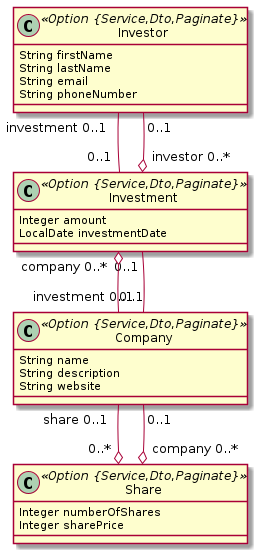
This is equity-crowdfunding.png from kevintanhongann/jhipster-jdl-collection, a PlantUML export, as it was before one commit.
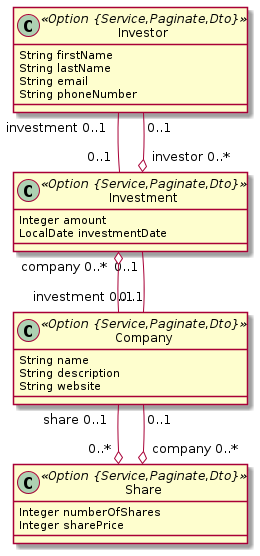
After the commit.

Change to the diagram source:
```diff
@@ -1,21 +1,21 @@
 @startuml
 	!pragma syntax class
-	class Investor <<Option {Service,Dto,Paginate}>> {
+	class Investor <<Option {Service,Paginate,Dto}>> {
 		String firstName
 		String lastName
 		String email
 		String phoneNumber
 	}
-	class Company <<Option {Service,Dto,Paginate}>> {
+	class Company <<Option {Service,Paginate,Dto}>> {
 		String name
 		String description
 		String website
 	}
-	class Investment <<Option {Service,Dto,Paginate}>> {
+	class Investment <<Option {Service,Paginate,Dto}>> {
 		Integer amount
 		LocalDate investmentDate
 	}
-	class Share <<Option {Service,Dto,Paginate}>> {
+	class Share <<Option {Service,Paginate,Dto}>> {
 		Integer numberOfShares
 		Integer sharePrice
 	}
```
